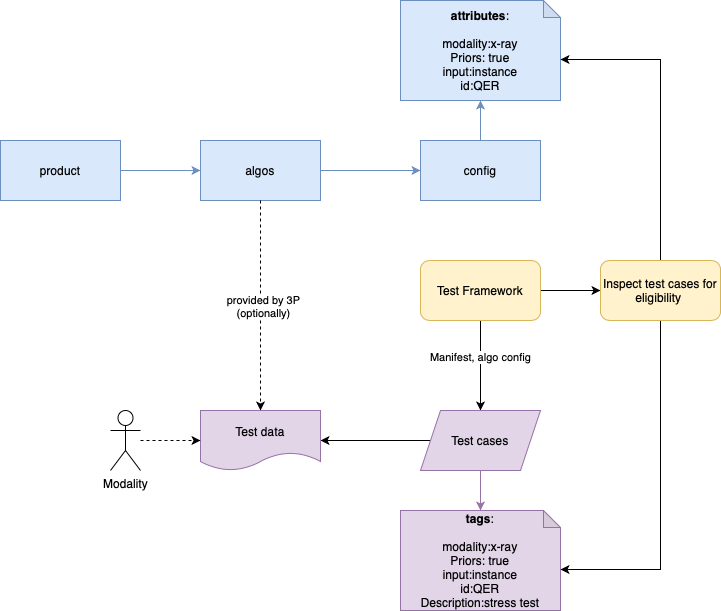
Above: 3P test framework.png in rahoolp/gediagrams (draw.io), before the change. Source tidied: cells renumbered, new cells last; positions are measured from the earlier drawing's top-left corner, leaving out a move shared by most shapes. The source it was exported from:
```xml
<mxGraphModel>
  <root>
    <mxCell id="0" />
    <mxCell id="1" parent="0" />
    <mxCell id="2" style="edgeStyle=orthogonalEdgeStyle;rounded=0;jettySize=auto;html=1;fillColor=#dae8fc;strokeColor=#6c8ebf;" parent="1" edge="1" source="3" target="5">
      <mxGeometry relative="1" as="geometry" />
    </mxCell>
    <mxCell id="3" value="product" style="rounded=0;whiteSpace=wrap;html=1;fillColor=#dae8fc;strokeColor=#6c8ebf;" parent="1" vertex="1">
      <mxGeometry y="140" width="120" height="60" as="geometry" />
    </mxCell>
    <mxCell id="4" style="edgeStyle=orthogonalEdgeStyle;rounded=0;jettySize=auto;html=1;fillColor=#dae8fc;strokeColor=#6c8ebf;" parent="1" edge="1" source="5" target="7">
      <mxGeometry relative="1" as="geometry" />
    </mxCell>
    <mxCell id="5" value="algos" style="rounded=0;whiteSpace=wrap;html=1;fillColor=#dae8fc;strokeColor=#6c8ebf;" parent="1" vertex="1">
      <mxGeometry x="200" y="140" width="120" height="60" as="geometry" />
    </mxCell>
    <mxCell id="6" style="edgeStyle=orthogonalEdgeStyle;rounded=0;jettySize=auto;html=1;fillColor=#dae8fc;strokeColor=#6c8ebf;" parent="1" edge="1" source="7" target="15">
      <mxGeometry relative="1" as="geometry" />
    </mxCell>
    <mxCell id="7" value="config" style="rounded=0;whiteSpace=wrap;html=1;fillColor=#dae8fc;strokeColor=#6c8ebf;" parent="1" vertex="1">
      <mxGeometry x="420" y="140" width="120" height="60" as="geometry" />
    </mxCell>
    <mxCell id="8" style="edgeStyle=orthogonalEdgeStyle;rounded=0;jettySize=auto;html=1;" parent="1" edge="1" source="11" target="14">
      <mxGeometry relative="1" as="geometry" />
    </mxCell>
    <mxCell id="9" value="Manifest, algo config" style="edgeLabel;html=1;align=center;verticalAlign=middle;" parent="8" vertex="1">
      <mxGeometry x="-0.2" y="-1" relative="1" as="geometry" />
    </mxCell>
    <mxCell id="10" style="edgeStyle=orthogonalEdgeStyle;rounded=0;jettySize=auto;html=1;" parent="1" edge="1" source="11" target="22">
      <mxGeometry relative="1" as="geometry" />
    </mxCell>
    <mxCell id="11" value="&lt;span&gt;Test Framework&lt;/span&gt;" style="rounded=1;whiteSpace=wrap;html=1;fillColor=#fff2cc;strokeColor=#d6b656;" parent="1" vertex="1">
      <mxGeometry x="420" y="260" width="120" height="60" as="geometry" />
    </mxCell>
    <mxCell id="12" style="edgeStyle=orthogonalEdgeStyle;rounded=0;jettySize=auto;html=1;fillColor=#e1d5e7;strokeColor=#9673a6;" parent="1" edge="1" source="14" target="16">
      <mxGeometry relative="1" as="geometry" />
    </mxCell>
    <mxCell id="13" style="edgeStyle=orthogonalEdgeStyle;rounded=0;jettySize=auto;html=1;" parent="1" edge="1" source="14" target="17">
      <mxGeometry relative="1" as="geometry" />
    </mxCell>
    <mxCell id="14" value="Test cases" style="shape=parallelogram;perimeter=parallelogramPerimeter;whiteSpace=wrap;html=1;fixedSize=1;fillColor=#e1d5e7;strokeColor=#9673a6;" parent="1" vertex="1">
      <mxGeometry x="420" y="410" width="120" height="60" as="geometry" />
    </mxCell>
    <mxCell id="15" value="&lt;b&gt;attributes&lt;/b&gt;:&lt;br&gt;&lt;br&gt;modality:x-ray&lt;br&gt;Priors: true&lt;br&gt;input:instance&lt;br&gt;id:QER" style="shape=note;whiteSpace=wrap;html=1;backgroundOutline=1;darkOpacity=0.05;size=17;fillColor=#dae8fc;strokeColor=#6c8ebf;" parent="1" vertex="1">
      <mxGeometry x="400" width="160" height="100" as="geometry" />
    </mxCell>
    <mxCell id="16" value="&lt;b&gt;tags&lt;/b&gt;:&lt;br&gt;&lt;br&gt;modality:x-ray&lt;br&gt;Priors: true&lt;br&gt;input:instance&lt;br&gt;id:QER&lt;br&gt;Description:stress test" style="shape=note;whiteSpace=wrap;html=1;backgroundOutline=1;darkOpacity=0.05;size=17;fillColor=#e1d5e7;strokeColor=#9673a6;" parent="1" vertex="1">
      <mxGeometry x="400" y="510" width="160" height="100" as="geometry" />
    </mxCell>
    <mxCell id="17" value="Test data" style="shape=document;whiteSpace=wrap;html=1;boundedLbl=1;strokeColor=#9673a6;fillColor=#e1d5e7;" parent="1" vertex="1">
      <mxGeometry x="200" y="410" width="120" height="60" as="geometry" />
    </mxCell>
    <mxCell id="18" style="endArrow=classic;html=1;dashed=1;exitX=0.5;exitY=1;exitDx=0;exitDy=0;" parent="1" edge="1" source="5" target="17">
      <mxGeometry relative="1" as="geometry" />
    </mxCell>
    <mxCell id="19" value="provided by 3P&lt;br&gt;(optionally)" style="edgeLabel;html=1;align=center;verticalAlign=middle;" parent="18" vertex="1">
      <mxGeometry y="2" relative="1" as="geometry" />
    </mxCell>
    <mxCell id="20" style="edgeStyle=orthogonalEdgeStyle;rounded=0;jettySize=auto;html=1;" parent="1" edge="1" source="22">
      <mxGeometry relative="1" as="geometry">
        <mxPoint x="560" y="59" as="targetPoint" />
        <Array as="points">
          <mxPoint x="660" y="59" />
        </Array>
      </mxGeometry>
    </mxCell>
    <mxCell id="21" style="edgeStyle=orthogonalEdgeStyle;rounded=0;jettySize=auto;html=1;" parent="1" edge="1" source="22">
      <mxGeometry relative="1" as="geometry">
        <mxPoint x="560" y="569" as="targetPoint" />
        <Array as="points">
          <mxPoint x="660" y="569" />
        </Array>
      </mxGeometry>
    </mxCell>
    <mxCell id="22" value="Inspect test cases for eligibility&amp;nbsp;" style="whiteSpace=wrap;html=1;rounded=1;strokeColor=#d6b656;fillColor=#fff2cc;" parent="1" vertex="1">
      <mxGeometry x="600" y="260" width="120" height="60" as="geometry" />
    </mxCell>
    <mxCell id="23" style="edgeStyle=orthogonalEdgeStyle;rounded=0;jettySize=auto;html=1;dashed=1;" parent="1" edge="1" source="24" target="17">
      <mxGeometry relative="1" as="geometry" />
    </mxCell>
    <mxCell id="24" value="Modality" style="shape=umlActor;verticalLabelPosition=bottom;verticalAlign=top;html=1;outlineConnect=0;" parent="1" vertex="1">
      <mxGeometry x="110" y="410" width="30" height="60" as="geometry" />
    </mxCell>
  </root>
</mxGraphModel>
```
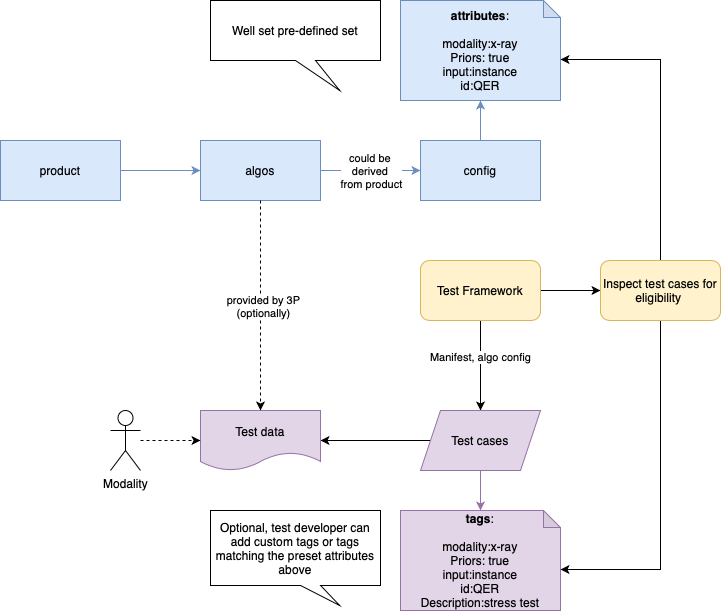
After the change.

The edit, as a diff of the source:
```diff
@@ -11,6 +11,11 @@
     <mxCell id="4" style="edgeStyle=orthogonalEdgeStyle;rounded=0;jettySize=auto;html=1;fillColor=#dae8fc;strokeColor=#6c8ebf;" parent="1" edge="1" source="5" target="7">
       <mxGeometry relative="1" as="geometry" />
     </mxCell>
+    <mxCell id="25" value="could be &lt;br&gt;derived &lt;br&gt;from product" style="edgeLabel;html=1;align=center;verticalAlign=middle;" parent="4" vertex="1">
+      <mxGeometry x="-0.26" y="-1" relative="1" as="geometry">
+        <mxPoint x="13" y="-1" as="offset" />
+      </mxGeometry>
+    </mxCell>
     <mxCell id="5" value="algos" style="rounded=0;whiteSpace=wrap;html=1;fillColor=#dae8fc;strokeColor=#6c8ebf;" parent="1" vertex="1">
       <mxGeometry x="200" y="140" width="120" height="60" as="geometry" />
     </mxCell>
@@ -81,5 +86,11 @@
     <mxCell id="24" value="Modality" style="shape=umlActor;verticalLabelPosition=bottom;verticalAlign=top;html=1;outlineConnect=0;" parent="1" vertex="1">
       <mxGeometry x="110" y="410" width="30" height="60" as="geometry" />
     </mxCell>
+    <mxCell id="26" value="Well set pre-defined set" style="shape=callout;whiteSpace=wrap;html=1;perimeter=calloutPerimeter;position2=0.76;" parent="1" vertex="1">
+      <mxGeometry x="210" width="170" height="90" as="geometry" />
+    </mxCell>
+    <mxCell id="27" value="Optional, test developer can add custom tags or tags matching the preset attributes above" style="shape=callout;whiteSpace=wrap;html=1;perimeter=calloutPerimeter;position2=0.76;size=20;position=0.53;" parent="1" vertex="1">
+      <mxGeometry x="210" y="510" width="170" height="95" as="geometry" />
+    </mxCell>
   </root>
 </mxGraphModel>
```
